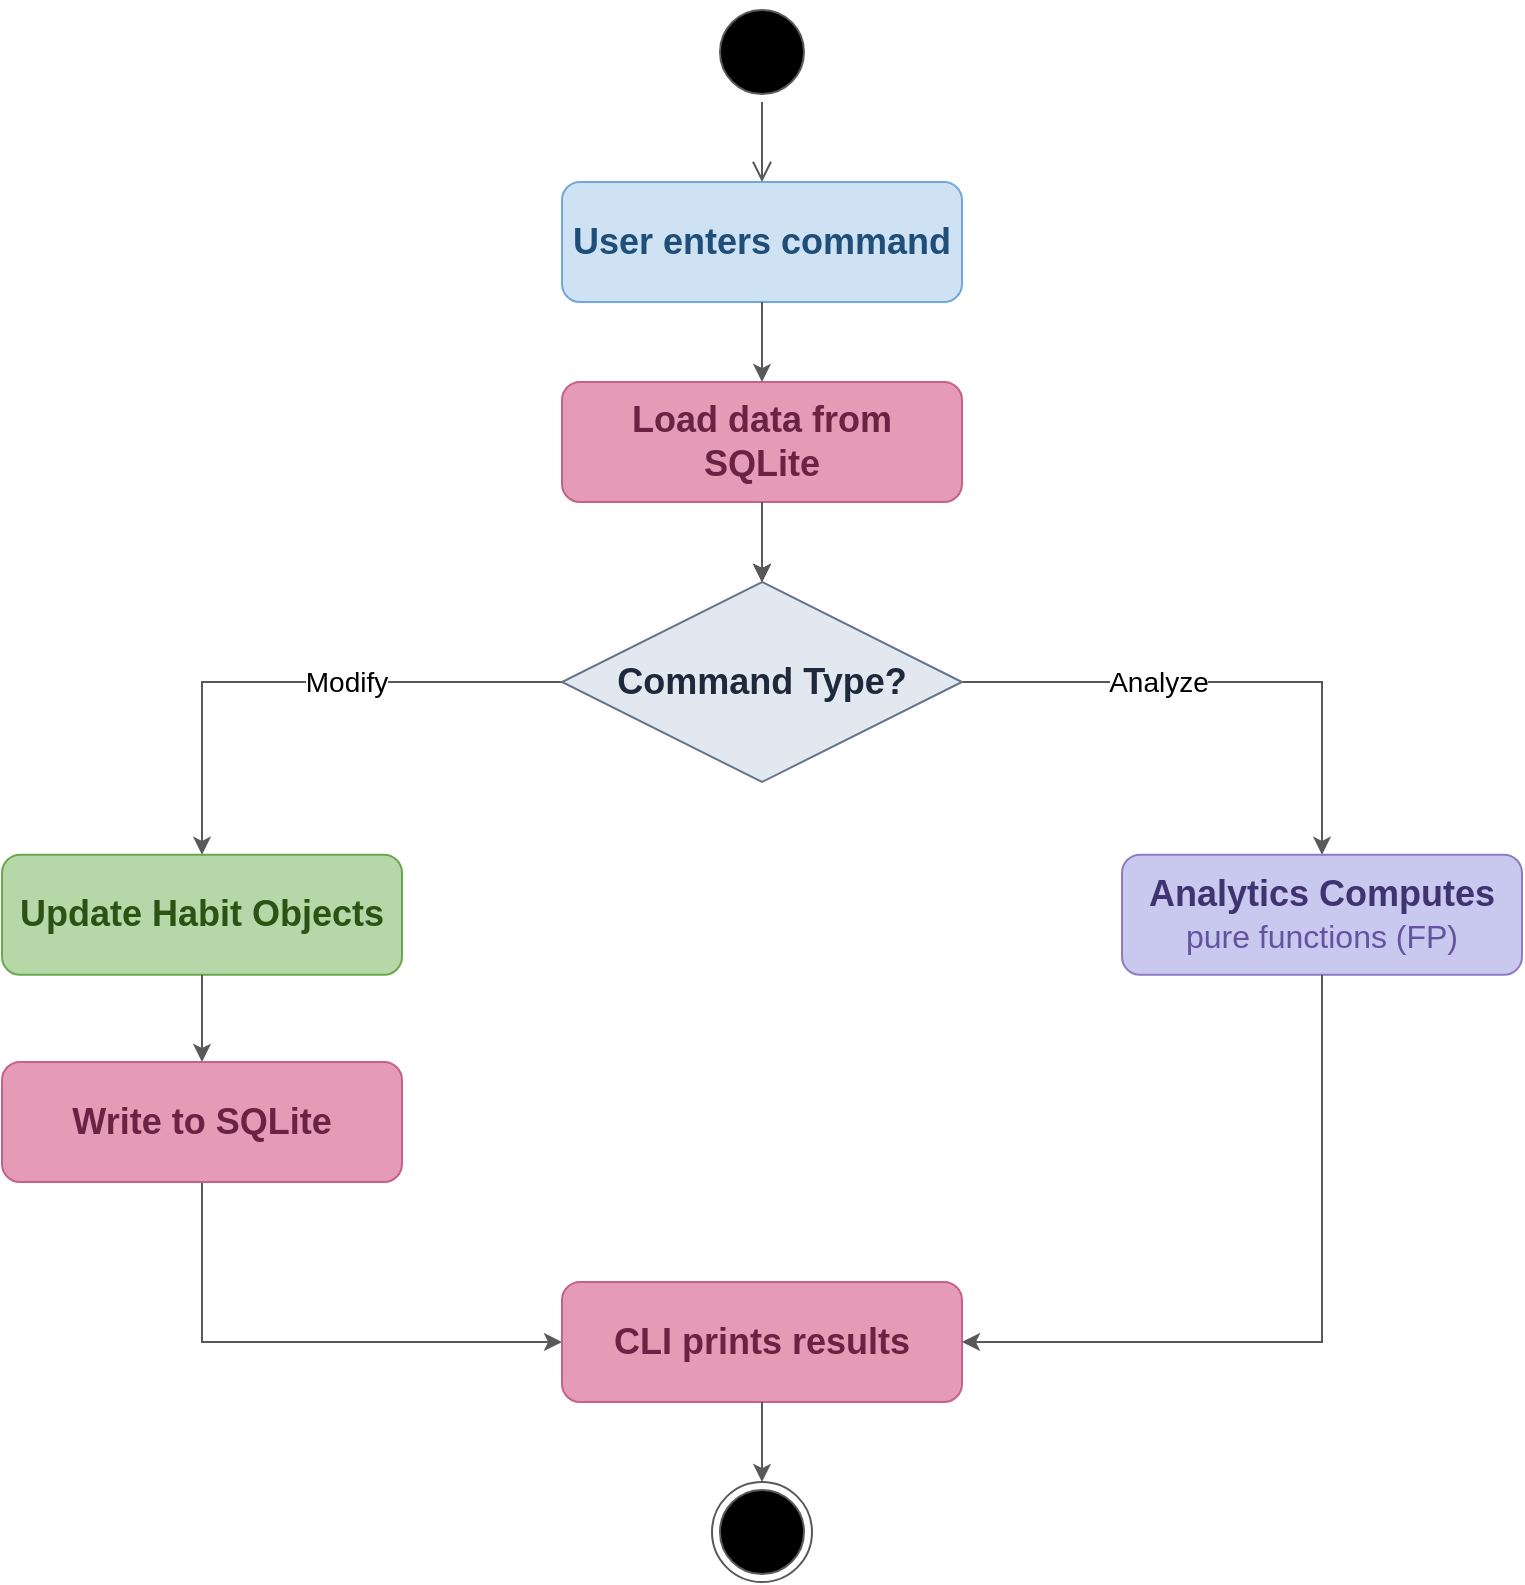
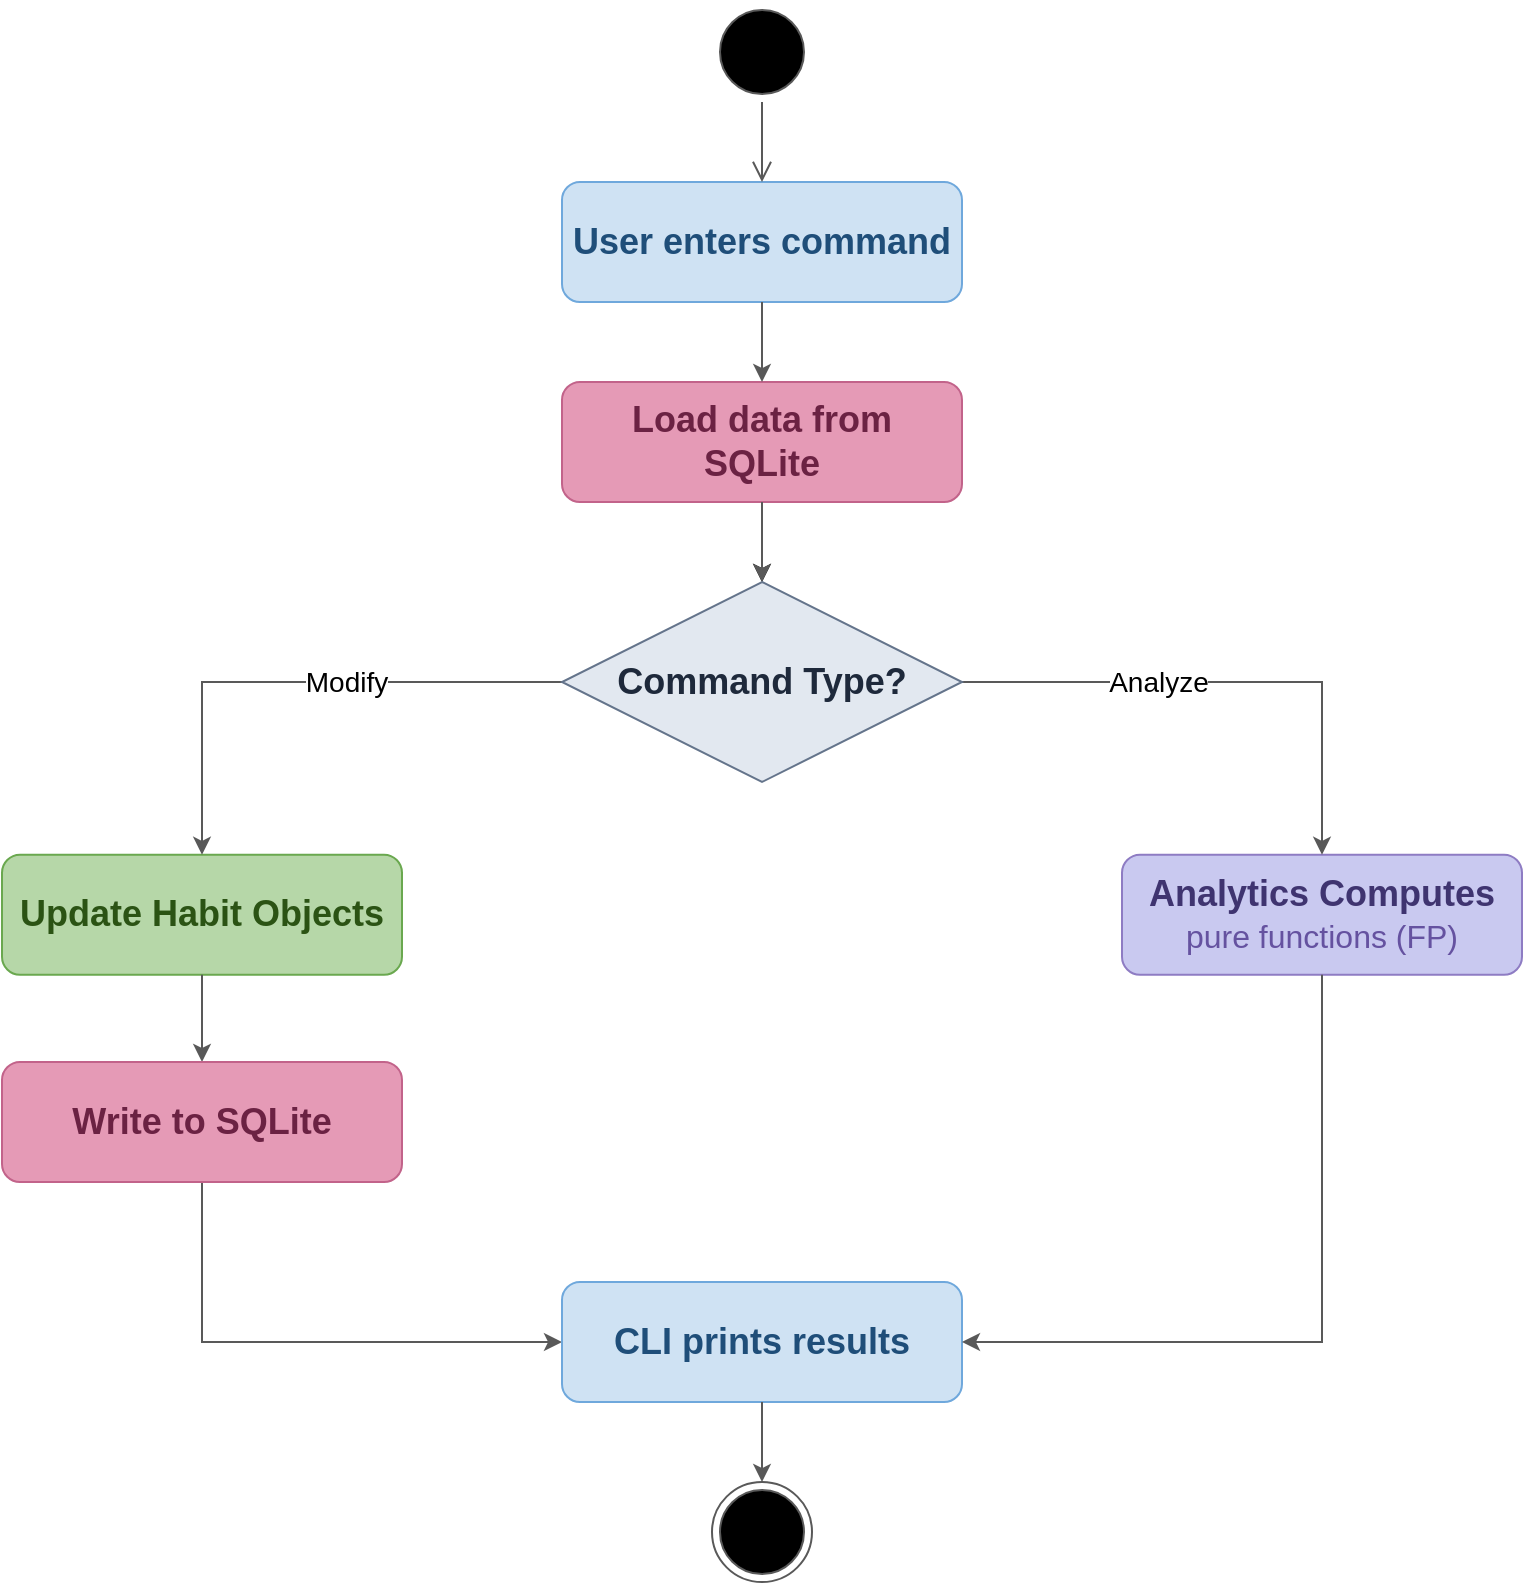
<mxfile host="app.diagrams.net">
  <diagram name="Page-1" id="Piyn0j4mb7igTU8--PZw">
    <mxGraphModel dx="1417" dy="766" grid="1" gridSize="10" guides="1" tooltips="1" connect="1" arrows="1" fold="1" page="1" pageScale="1" pageWidth="850" pageHeight="1100" math="0" shadow="0">
      <root>
        <mxCell id="0" />
        <mxCell id="1" parent="0" />
        <mxCell id="FmgUDV7ztdBwRqrOEOFS-1" parent="1" style="rounded=1;whiteSpace=wrap;html=1;fillColor=#CFE2F3;strokeColor=#6FA8DC;fontColor=#1F4E79;" value="&lt;font style=&quot;font-size: 18px;&quot;&gt;&lt;b&gt;User enters command&lt;/b&gt;&lt;/font&gt;" vertex="1">
          <mxGeometry height="60" width="200" x="320" y="280" as="geometry" />
        </mxCell>
        <mxCell id="FmgUDV7ztdBwRqrOEOFS-3" parent="1" style="rounded=1;whiteSpace=wrap;html=1;fillColor=#B6D7A8;strokeColor=#6AA84F;fontColor=#2B5314;" value="&lt;div&gt;&lt;font style=&quot;font-size: 18px;&quot;&gt;&lt;b&gt;Update Habit Objects&lt;/b&gt;&lt;/font&gt;&lt;/div&gt;" vertex="1">
          <mxGeometry height="60" width="200" x="40" y="616.38" as="geometry" />
        </mxCell>
        <mxCell id="FmgUDV7ztdBwRqrOEOFS-4" edge="1" parent="1" source="FmgUDV7ztdBwRqrOEOFS-5" style="edgeStyle=orthogonalEdgeStyle;rounded=0;orthogonalLoop=1;jettySize=auto;html=1;" value="">
          <mxGeometry relative="1" as="geometry">
            <mxPoint x="420.0000000000002" y="480" as="targetPoint" />
          </mxGeometry>
        </mxCell>
        <mxCell id="FmgUDV7ztdBwRqrOEOFS-5" parent="1" style="rounded=1;whiteSpace=wrap;html=1;fillColor=#E59AB6;strokeColor=#C2638A;fontColor=#6B2243;" value="&lt;div&gt;&lt;font style=&quot;font-size: 18px;&quot;&gt;&lt;b&gt;Load data from&lt;/b&gt;&lt;/font&gt;&lt;/div&gt;&lt;div&gt;&lt;font style=&quot;font-size: 18px;&quot;&gt;&lt;b&gt;SQLite&lt;/b&gt;&lt;/font&gt;&lt;/div&gt;" vertex="1">
          <mxGeometry height="60" width="200" x="320" y="380" as="geometry" />
        </mxCell>
        <mxCell id="FmgUDV7ztdBwRqrOEOFS-6" parent="1" style="rounded=1;whiteSpace=wrap;html=1;fillColor=#C9C9F0;strokeColor=#8E7CC3;" value="&lt;div&gt;&lt;font style=&quot;font-size: 18px; color: rgb(63, 52, 112);&quot;&gt;&lt;b&gt;Analytics Computes&lt;/b&gt;&lt;/font&gt;&lt;/div&gt;&lt;div&gt;&lt;font style=&quot;font-size: 16px; color: rgb(101, 82, 160);&quot;&gt;pure functions (FP)&lt;/font&gt;&lt;/div&gt;" vertex="1">
          <mxGeometry height="60" width="200" x="600" y="616.38" as="geometry" />
        </mxCell>
        <mxCell id="FmgUDV7ztdBwRqrOEOFS-8" edge="1" parent="1" source="FmgUDV7ztdBwRqrOEOFS-1" style="endArrow=classic;html=1;rounded=0;exitX=0.5;exitY=1;exitDx=0;exitDy=0;entryX=0.5;entryY=0;entryDx=0;entryDy=0;strokeColor=#595959;" target="FmgUDV7ztdBwRqrOEOFS-5" value="">
          <mxGeometry relative="1" as="geometry">
            <mxPoint x="110" y="400" as="sourcePoint" />
            <mxPoint x="210" y="400" as="targetPoint" />
          </mxGeometry>
        </mxCell>
        <mxCell id="FmgUDV7ztdBwRqrOEOFS-10" edge="1" parent="1" source="FmgUDV7ztdBwRqrOEOFS-20" style="endArrow=classic;html=1;rounded=0;exitX=0;exitY=0.5;exitDx=0;exitDy=0;entryX=0.5;entryY=0;entryDx=0;entryDy=0;strokeColor=#595959;" target="FmgUDV7ztdBwRqrOEOFS-3" value="">
          <mxGeometry relative="1" as="geometry">
            <Array as="points">
              <mxPoint x="140" y="530" />
            </Array>
            <mxPoint x="260" y="440" as="sourcePoint" />
            <mxPoint x="260" y="500" as="targetPoint" />
          </mxGeometry>
        </mxCell>
        <mxCell id="FmgUDV7ztdBwRqrOEOFS-11" connectable="0" parent="FmgUDV7ztdBwRqrOEOFS-10" style="edgeLabel;resizable=0;html=1;;align=center;verticalAlign=middle;" value="&lt;font style=&quot;font-size: 14px;&quot;&gt;Modify&lt;/font&gt;" vertex="1">
          <mxGeometry relative="1" as="geometry">
            <mxPoint x="25" as="offset" />
          </mxGeometry>
        </mxCell>
        <mxCell id="FmgUDV7ztdBwRqrOEOFS-12" edge="1" parent="1" source="FmgUDV7ztdBwRqrOEOFS-20" style="endArrow=classic;html=1;rounded=0;exitX=1;exitY=0.5;exitDx=0;exitDy=0;entryX=0.5;entryY=0;entryDx=0;entryDy=0;strokeColor=#595959;" target="FmgUDV7ztdBwRqrOEOFS-6" value="">
          <mxGeometry relative="1" as="geometry">
            <Array as="points">
              <mxPoint x="700" y="530" />
            </Array>
            <mxPoint x="530" y="360" as="sourcePoint" />
            <mxPoint x="760" y="420" as="targetPoint" />
          </mxGeometry>
        </mxCell>
        <mxCell id="FmgUDV7ztdBwRqrOEOFS-13" connectable="0" parent="FmgUDV7ztdBwRqrOEOFS-12" style="edgeLabel;resizable=0;html=1;;align=center;verticalAlign=middle;" value="&lt;font style=&quot;font-size: 14px;&quot;&gt;Analyze&lt;/font&gt;" vertex="1">
          <mxGeometry relative="1" as="geometry">
            <mxPoint x="-35" as="offset" />
          </mxGeometry>
        </mxCell>
        <mxCell id="FmgUDV7ztdBwRqrOEOFS-14" edge="1" parent="1" source="FmgUDV7ztdBwRqrOEOFS-5" style="endArrow=classic;html=1;rounded=0;exitX=0.5;exitY=1;exitDx=0;exitDy=0;entryX=0.5;entryY=0;entryDx=0;entryDy=0;strokeColor=#595959;" target="FmgUDV7ztdBwRqrOEOFS-20" value="">
          <mxGeometry relative="1" as="geometry">
            <mxPoint x="425" y="440" as="sourcePoint" />
            <mxPoint x="420.0000000000002" y="480" as="targetPoint" />
          </mxGeometry>
        </mxCell>
        <mxCell id="FmgUDV7ztdBwRqrOEOFS-16" edge="1" parent="1" source="FmgUDV7ztdBwRqrOEOFS-3" style="endArrow=classic;html=1;rounded=0;exitX=0.5;exitY=1;exitDx=0;exitDy=0;entryX=0.5;entryY=0;entryDx=0;entryDy=0;strokeColor=#595959;" target="FmgUDV7ztdBwRqrOEOFS-23" value="">
          <mxGeometry relative="1" as="geometry">
            <mxPoint x="420" y="816.38" as="sourcePoint" />
            <mxPoint x="160" y="776.38" as="targetPoint" />
          </mxGeometry>
        </mxCell>
        <mxCell id="FmgUDV7ztdBwRqrOEOFS-18" parent="1" style="ellipse;html=1;shape=startState;fillColor=#000000;strokeColor=#595959;" value="" vertex="1">
          <mxGeometry height="50" width="50" x="395" y="190" as="geometry" />
        </mxCell>
        <mxCell id="FmgUDV7ztdBwRqrOEOFS-19" edge="1" parent="1" source="FmgUDV7ztdBwRqrOEOFS-18" style="edgeStyle=orthogonalEdgeStyle;html=1;verticalAlign=bottom;endArrow=open;endSize=8;strokeColor=#595959;rounded=0;entryX=0.5;entryY=0;entryDx=0;entryDy=0;" target="FmgUDV7ztdBwRqrOEOFS-1" value="">
          <mxGeometry relative="1" as="geometry">
            <mxPoint x="420" y="250" as="targetPoint" />
          </mxGeometry>
        </mxCell>
        <mxCell id="FmgUDV7ztdBwRqrOEOFS-20" parent="1" style="shape=rhombus;perimeter=rhombusPerimeter;whiteSpace=wrap;html=1;align=center;fillColor=#E2E8F0;strokeColor=#64748B;fontColor=#1E293B;" value="&lt;font style=&quot;font-size: 18px;&quot;&gt;&lt;b&gt;Command Type?&lt;/b&gt;&lt;/font&gt;" vertex="1">
          <mxGeometry height="100" width="200" x="320" y="480" as="geometry" />
        </mxCell>
        <mxCell id="FmgUDV7ztdBwRqrOEOFS-21" edge="1" parent="1" source="FmgUDV7ztdBwRqrOEOFS-23" style="endArrow=classic;html=1;rounded=0;exitX=0.5;exitY=1;exitDx=0;exitDy=0;strokeColor=#595959;entryX=0;entryY=0.5;entryDx=0;entryDy=0;" target="FmgUDV7ztdBwRqrOEOFS-25" value="">
          <mxGeometry relative="1" as="geometry">
            <Array as="points">
              <mxPoint x="140" y="860" />
              <mxPoint x="260" y="860" />
            </Array>
            <mxPoint x="159.66" y="800" as="sourcePoint" />
            <mxPoint x="360" y="860" as="targetPoint" />
          </mxGeometry>
        </mxCell>
        <mxCell id="FmgUDV7ztdBwRqrOEOFS-23" parent="1" style="rounded=1;whiteSpace=wrap;html=1;fillColor=#E59AB6;strokeColor=#C2638A;" value="&lt;div&gt;&lt;font style=&quot;font-size: 18px; color: rgb(107, 34, 67);&quot;&gt;&lt;b&gt;Write to SQLite&lt;/b&gt;&lt;/font&gt;&lt;/div&gt;" vertex="1">
          <mxGeometry height="60" width="200" x="40" y="720" as="geometry" />
        </mxCell>
-         <mxCell id="FmgUDV7ztdBwRqrOEOFS-25" parent="1" style="rounded=1;whiteSpace=wrap;html=1;fillColor=#E59AB6;strokeColor=#C2638A;" value="&lt;div&gt;&lt;font style=&quot;font-size: 18px; color: rgb(107, 34, 67);&quot;&gt;&lt;b&gt;CLI prints results&lt;/b&gt;&lt;/font&gt;&lt;/div&gt;" vertex="1">
+         <mxCell id="FmgUDV7ztdBwRqrOEOFS-25" parent="1" style="rounded=1;whiteSpace=wrap;html=1;fillColor=#CFE2F3;strokeColor=#6FA8DC;fontColor=#1F4E79;" value="&lt;div&gt;&lt;font style=&quot;font-size: 18px;&quot;&gt;&lt;b&gt;CLI prints results&lt;/b&gt;&lt;/font&gt;&lt;/div&gt;" vertex="1">
          <mxGeometry height="60" width="200" x="320" y="830" as="geometry" />
        </mxCell>
        <mxCell id="FmgUDV7ztdBwRqrOEOFS-26" edge="1" parent="1" source="FmgUDV7ztdBwRqrOEOFS-6" style="endArrow=classic;html=1;rounded=0;exitX=0.5;exitY=1;exitDx=0;exitDy=0;strokeColor=#595959;entryX=1;entryY=0.5;entryDx=0;entryDy=0;" target="FmgUDV7ztdBwRqrOEOFS-25" value="">
          <mxGeometry relative="1" as="geometry">
            <Array as="points">
              <mxPoint x="700" y="860" />
            </Array>
            <mxPoint x="600" y="720" as="sourcePoint" />
            <mxPoint x="700" y="880" as="targetPoint" />
          </mxGeometry>
        </mxCell>
        <mxCell id="FmgUDV7ztdBwRqrOEOFS-27" edge="1" parent="1" source="FmgUDV7ztdBwRqrOEOFS-25" style="endArrow=classic;html=1;rounded=0;exitX=0.5;exitY=1;exitDx=0;exitDy=0;strokeColor=#595959;entryX=0.5;entryY=0;entryDx=0;entryDy=0;" target="FmgUDV7ztdBwRqrOEOFS-28" value="">
          <mxGeometry relative="1" as="geometry">
            <mxPoint x="410" y="940" as="sourcePoint" />
            <mxPoint x="420" y="960" as="targetPoint" />
          </mxGeometry>
        </mxCell>
        <mxCell id="FmgUDV7ztdBwRqrOEOFS-28" parent="1" style="ellipse;html=1;shape=endState;fillColor=#000000;strokeColor=#595959;" value="" vertex="1">
          <mxGeometry height="50" width="50" x="395" y="930" as="geometry" />
        </mxCell>
      </root>
    </mxGraphModel>
  </diagram>
</mxfile>
